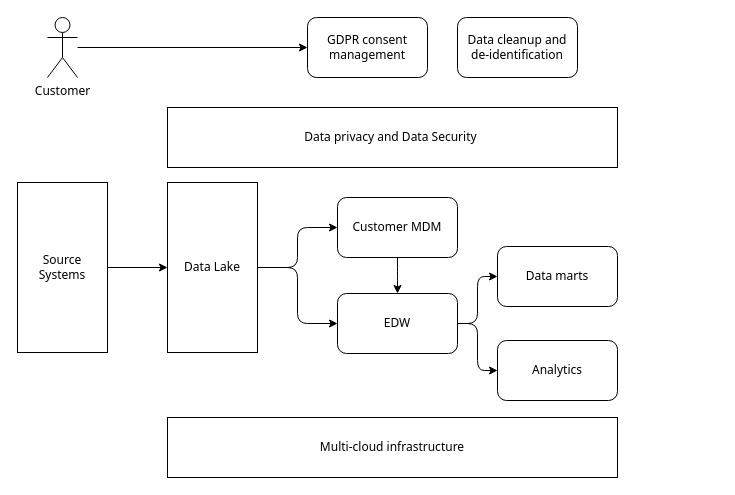
kanchantewary/MindMaps keeps this draw.io diagram as GDPR.drawio. Above is the earlier version. Source tidied: cells renumbered, new cells numbered last; positions are measured from the earlier drawing's top-left corner, leaving out a move shared by most shapes. Both pictures are drawn from the tidied source at 100%, with x=0, y=0 at pixel (17, 17).
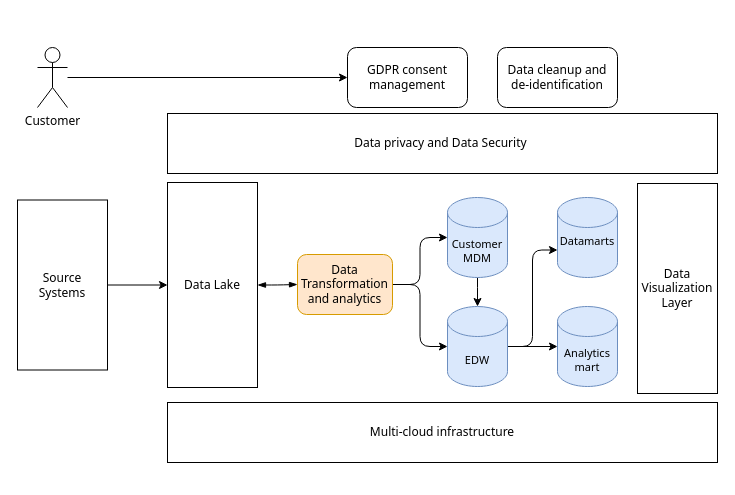
After the change.

Change to the diagram source:
```diff
@@
-    <mxCell id="2" style="edgeStyle=orthogonalEdgeStyle;rounded=1;jettySize=auto;html=1;fontFamily=Tahoma;" parent="1" edge="1" source="3" target="6">
-      <mxGeometry relative="1" as="geometry" />
-    </mxCell>
-    <mxCell id="3" value="Customer MDM" style="rounded=1;whiteSpace=wrap;html=1;fontFamily=Tahoma;" parent="1" vertex="1">
-      <mxGeometry x="320" y="180" width="120" height="60" as="geometry" />
-    </mxCell>
-    <mxCell id="4" style="edgeStyle=orthogonalEdgeStyle;rounded=1;jettySize=auto;html=1;fontFamily=Tahoma;" parent="1" edge="1" source="6" target="7">
-      <mxGeometry relative="1" as="geometry" />
-    </mxCell>
-    <mxCell id="5" style="edgeStyle=orthogonalEdgeStyle;rounded=1;jettySize=auto;html=1;entryX=0;entryY=0.5;entryDx=0;entryDy=0;fontFamily=Tahoma;" parent="1" edge="1" source="6" target="8">
-      <mxGeometry relative="1" as="geometry" />
-    </mxCell>
-    <mxCell id="6" value="EDW" style="rounded=1;whiteSpace=wrap;html=1;fontFamily=Tahoma;" parent="1" vertex="1">
-      <mxGeometry x="320" y="276" width="120" height="60" as="geometry" />
-    </mxCell>
-    <mxCell id="7" value="Data marts" style="rounded=1;whiteSpace=wrap;html=1;fontFamily=Tahoma;" parent="1" vertex="1">
-      <mxGeometry x="480" y="229" width="120" height="60" as="geometry" />
-    </mxCell>
-    <mxCell id="8" value="Analytics" style="rounded=1;whiteSpace=wrap;html=1;fontFamily=Tahoma;" parent="1" vertex="1">
-      <mxGeometry x="480" y="323" width="120" height="60" as="geometry" />
-    </mxCell>
-    <mxCell id="9" style="edgeStyle=orthogonalEdgeStyle;rounded=1;jettySize=auto;html=1;fontFamily=Tahoma;" parent="1" edge="1" source="11" target="3">
-      <mxGeometry relative="1" as="geometry" />
-    </mxCell>
-    <mxCell id="10" style="edgeStyle=orthogonalEdgeStyle;rounded=1;jettySize=auto;html=1;fontFamily=Tahoma;" parent="1" edge="1" source="11" target="6">
-      <mxGeometry relative="1" as="geometry" />
-    </mxCell>
+    <mxCell id="20" style="edgeStyle=orthogonalEdgeStyle;rounded=1;jettySize=auto;html=1;fontFamily=Tahoma;startArrow=blockThin;startFill=1;endArrow=blockThin;endFill=1;" parent="1" edge="1" source="11" target="28">
+      <mxGeometry relative="1" as="geometry" />
+    </mxCell>
     <mxCell id="11" value="Data Lake" style="rounded=0;whiteSpace=wrap;html=1;fontFamily=Tahoma;" parent="1" vertex="1">
-      <mxGeometry x="150" y="165" width="90" height="170" as="geometry" />
+      <mxGeometry x="150" y="165" width="90" height="205" as="geometry" />
     </mxCell>
@@
     <mxCell id="13" value="Source Systems" style="rounded=0;whiteSpace=wrap;html=1;fontFamily=Tahoma;" parent="1" vertex="1">
-      <mxGeometry y="165" width="90" height="170" as="geometry" />
+      <mxGeometry y="182.5" width="90" height="170" as="geometry" />
     </mxCell>
     <mxCell id="14" value="Data privacy and Data Security&amp;nbsp;" style="rounded=0;whiteSpace=wrap;html=1;fontFamily=Tahoma;" parent="1" vertex="1">
-      <mxGeometry x="150" y="90" width="450" height="60" as="geometry" />
+      <mxGeometry x="150" y="96" width="550" height="60" as="geometry" />
     </mxCell>
     <mxCell id="15" value="GDPR consent management" style="rounded=1;whiteSpace=wrap;html=1;fontFamily=Tahoma;" parent="1" vertex="1">
-      <mxGeometry x="290" width="120" height="60" as="geometry" />
+      <mxGeometry x="330" y="30" width="120" height="60" as="geometry" />
     </mxCell>
     <mxCell id="16" value="Data cleanup and de-identification" style="rounded=1;whiteSpace=wrap;html=1;fontFamily=Tahoma;" parent="1" vertex="1">
-      <mxGeometry x="440" width="120" height="60" as="geometry" />
+      <mxGeometry x="480" y="30" width="120" height="60" as="geometry" />
     </mxCell>
@@
     <mxCell id="18" value="Customer" style="shape=umlActor;verticalLabelPosition=bottom;verticalAlign=top;html=1;outlineConnect=0;fontFamily=Tahoma;" parent="1" vertex="1">
-      <mxGeometry x="30" width="30" height="60" as="geometry" />
+      <mxGeometry x="20" y="30" width="30" height="60" as="geometry" />
     </mxCell>
     <mxCell id="19" value="Multi-cloud infrastructure" style="rounded=0;whiteSpace=wrap;html=1;fontFamily=Tahoma;" parent="1" vertex="1">
-      <mxGeometry x="150" y="400" width="450" height="60" as="geometry" />
+      <mxGeometry x="150" y="385" width="550" height="60" as="geometry" />
     </mxCell>
+    <mxCell id="21" value="Data Visualization Layer" style="rounded=0;whiteSpace=wrap;html=1;fontFamily=Tahoma;" parent="1" vertex="1">
+      <mxGeometry x="620" y="166" width="80" height="210" as="geometry" />
+    </mxCell>
+    <mxCell id="2" style="edgeStyle=orthogonalEdgeStyle;rounded=1;jettySize=auto;html=1;fontFamily=Tahoma;" parent="1" edge="1" source="3" target="6">
+      <mxGeometry relative="1" as="geometry" />
+    </mxCell>
+    <mxCell id="3" value="Customer MDM" style="shape=cylinder3;whiteSpace=wrap;html=1;boundedLbl=1;backgroundOutline=1;size=15;fontFamily=Tahoma;fillColor=#dae8fc;strokeColor=#6c8ebf;fontSize=11;" parent="1" vertex="1">
+      <mxGeometry x="430" y="180" width="60" height="80" as="geometry" />
+    </mxCell>
+    <mxCell id="22" style="edgeStyle=orthogonalEdgeStyle;rounded=1;jettySize=auto;html=1;entryX=0;entryY=0;entryDx=0;entryDy=52.5;entryPerimeter=0;fontFamily=Tahoma;" parent="1" edge="1" source="6" target="24">
+      <mxGeometry relative="1" as="geometry" />
+    </mxCell>
+    <mxCell id="23" style="edgeStyle=orthogonalEdgeStyle;rounded=1;jettySize=auto;html=1;fontFamily=Tahoma;" parent="1" edge="1" source="6" target="25">
+      <mxGeometry relative="1" as="geometry" />
+    </mxCell>
+    <mxCell id="6" value="EDW" style="shape=cylinder3;whiteSpace=wrap;html=1;boundedLbl=1;backgroundOutline=1;size=15;fontFamily=Tahoma;fillColor=#dae8fc;strokeColor=#6c8ebf;fontSize=11;" parent="1" vertex="1">
+      <mxGeometry x="430" y="289" width="60" height="80" as="geometry" />
+    </mxCell>
+    <mxCell id="24" value="Datamarts" style="shape=cylinder3;whiteSpace=wrap;html=1;boundedLbl=1;backgroundOutline=1;size=15;fontFamily=Tahoma;verticalAlign=top;fillColor=#dae8fc;strokeColor=#6c8ebf;fontSize=11;" parent="1" vertex="1">
+      <mxGeometry x="540" y="180" width="60" height="80" as="geometry" />
+    </mxCell>
+    <mxCell id="25" value="Analytics mart" style="shape=cylinder3;whiteSpace=wrap;html=1;boundedLbl=1;backgroundOutline=1;size=15;fontFamily=Tahoma;fillColor=#dae8fc;strokeColor=#6c8ebf;fontSize=11;" parent="1" vertex="1">
+      <mxGeometry x="540" y="289" width="60" height="80" as="geometry" />
+    </mxCell>
+    <mxCell id="26" style="edgeStyle=orthogonalEdgeStyle;rounded=1;jettySize=auto;html=1;fontFamily=Tahoma;" parent="1" edge="1" source="28" target="3">
+      <mxGeometry relative="1" as="geometry" />
+    </mxCell>
+    <mxCell id="27" style="edgeStyle=orthogonalEdgeStyle;rounded=1;jettySize=auto;html=1;entryX=0;entryY=0.5;entryDx=0;entryDy=0;entryPerimeter=0;fontFamily=Tahoma;" parent="1" edge="1" source="28" target="6">
+      <mxGeometry relative="1" as="geometry" />
+    </mxCell>
+    <mxCell id="28" value="Data Transformation and analytics" style="rounded=1;whiteSpace=wrap;html=1;fontFamily=Tahoma;fillColor=#ffe6cc;strokeColor=#d79b00;" parent="1" vertex="1">
+      <mxGeometry x="280" y="237" width="95" height="60" as="geometry" />
+    </mxCell>
```
